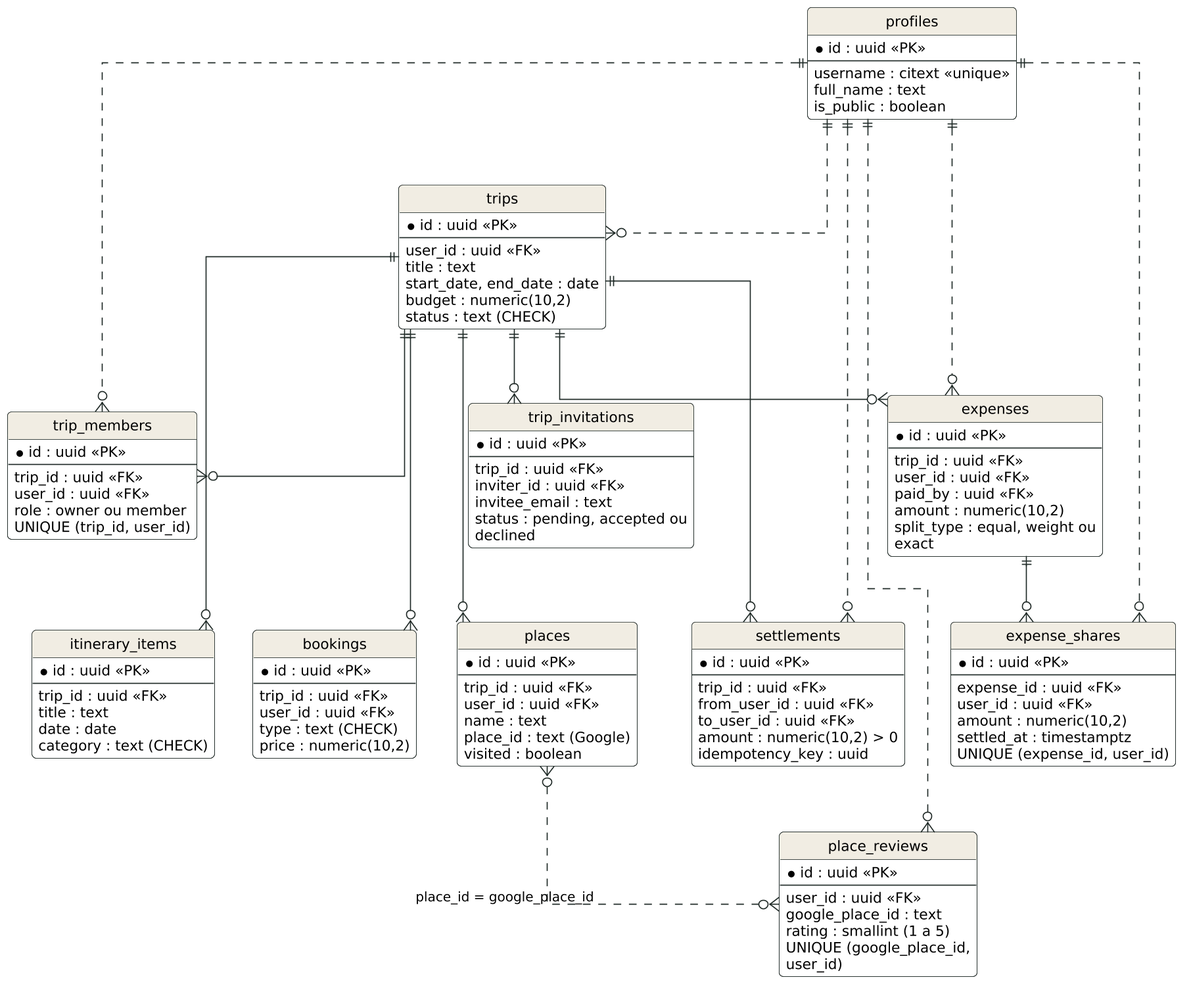
Before: docs/pfc/diagramas/18-1-der-viagem-financeiro.png, a diagram exported from PlantUML (Fernando-Oli/viaja-mais).
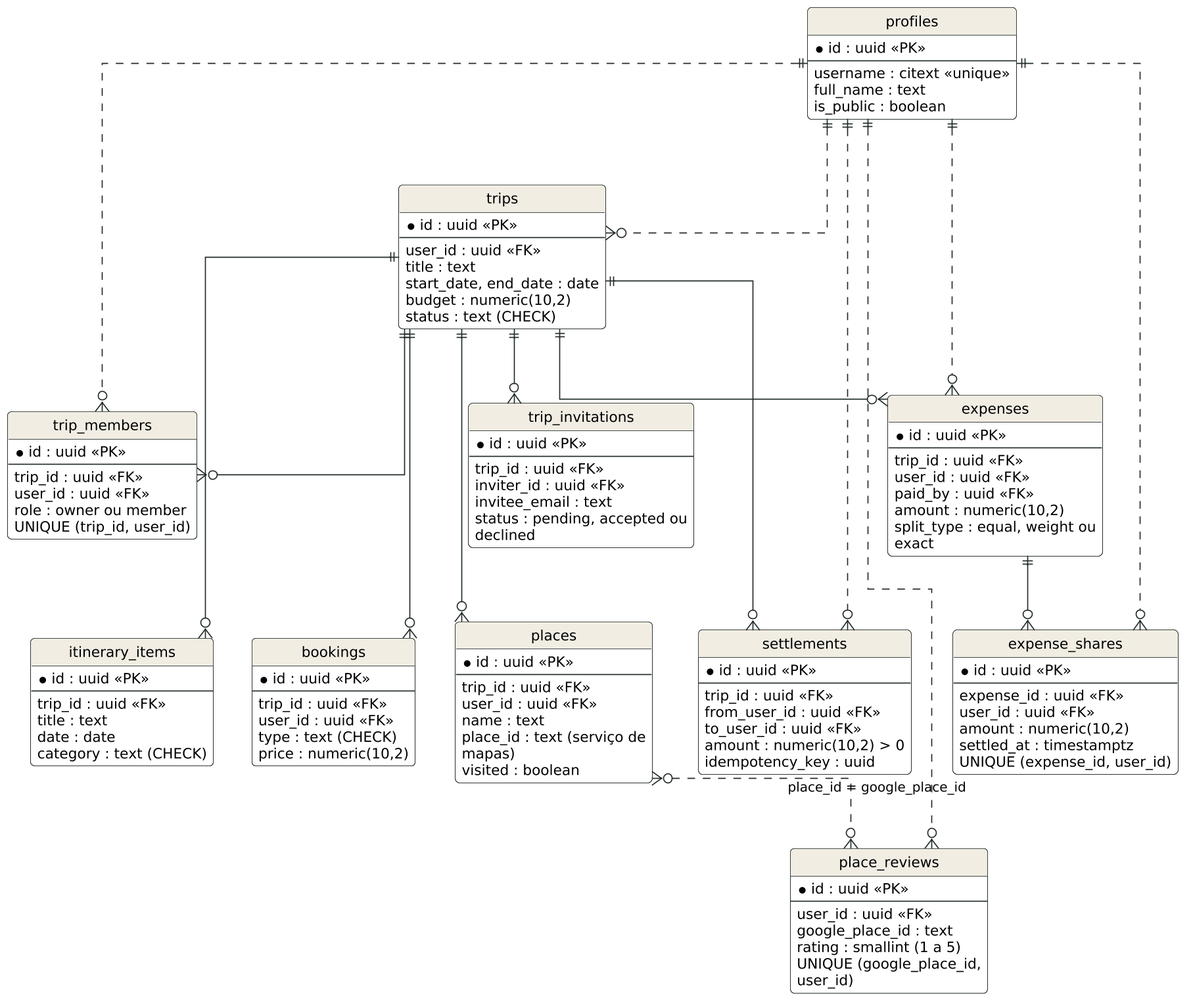
The same file after the commit.

The edit, as a diff of the source:
```diff
@@ -65,7 +65,7 @@
   trip_id : uuid <<FK>>
   user_id : uuid <<FK>>
   name : text
-  place_id : text (Google)
+  place_id : text (serviço de mapas)
   visited : boolean
 }
 
```
